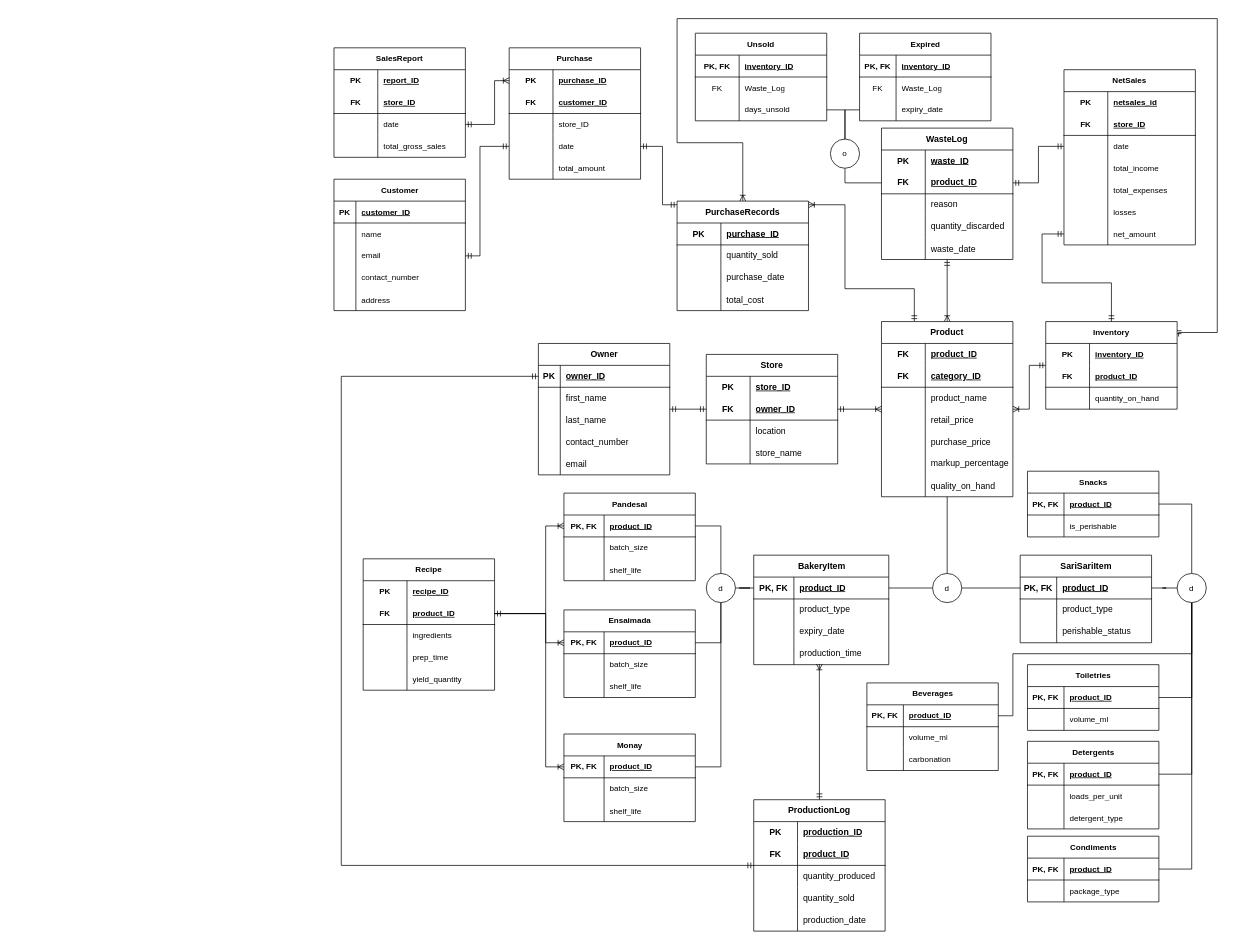
Above: Reworked ERD.drawio in ConnedMaster/ITS131P (draw.io), before the change. Source tidied: cells renumbered, new cells numbered last; positions are measured from the earlier drawing's top-left corner, leaving out a move shared by most shapes. Both pictures are drawn from the tidied source at 73%, with x=0, y=0 at pixel (334, 18).
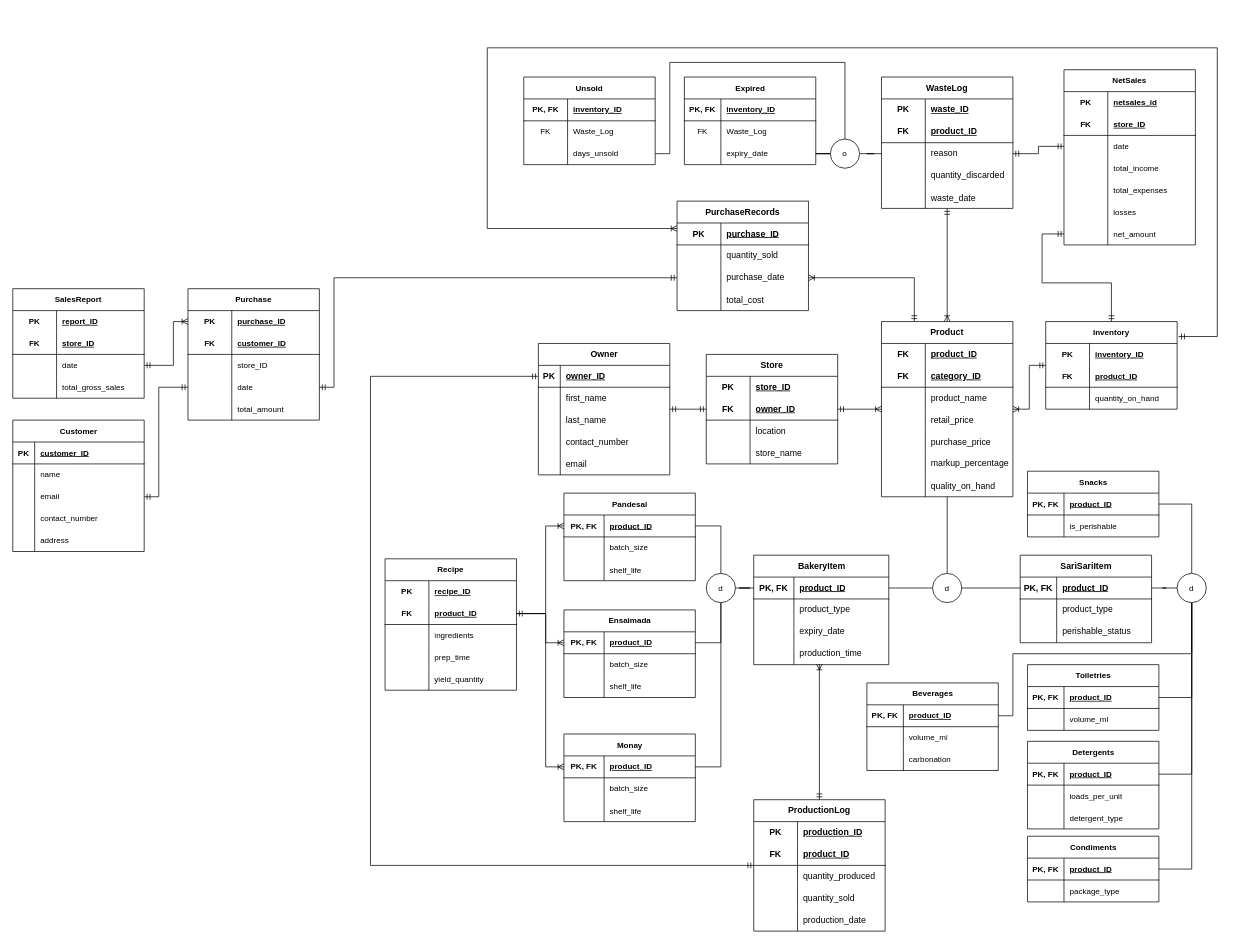
Above is the later version.

The change refers to these unchanged cells:
```xml
<mxCell id="23" value="o" style="ellipse;whiteSpace=wrap;html=1;fontFamily=Helvetica;fontSize=11;fontColor=default;labelBackgroundColor=default;" parent="1" vertex="1">
  <mxGeometry x="680" y="165" width="40" height="40" as="geometry" />
</mxCell>
<mxCell id="35" value="Product" style="shape=table;startSize=30;childLayout=tableLayout;rowLines=0;fontStyle=1;align=center;html=1;whiteSpace=wrap;" parent="1" vertex="1">
  <mxGeometry x="750" y="415" width="180" height="240" as="geometry" />
</mxCell>
<mxCell id="61" style="shape=tableRow;horizontal=0;startSize=0;swimlaneHead=0;swimlaneBody=0;fillColor=none;points=[[0,0.5],[1,0.5]];portConstraint=eastwest;top=0;left=0;right=0;bottom=1;html=1;" parent="57" vertex="1">
  <mxGeometry y="60" width="180" height="30" as="geometry" />
</mxCell>
<mxCell id="64" style="shape=tableRow;horizontal=0;startSize=0;swimlaneHead=0;swimlaneBody=0;fillColor=none;points=[[0,0.5],[1,0.5]];portConstraint=eastwest;top=0;left=0;right=0;bottom=0;html=1;" parent="57" vertex="1">
  <mxGeometry y="90" width="180" height="30" as="geometry" />
</mxCell>
<mxCell id="74" style="shape=tableRow;horizontal=0;startSize=0;swimlaneHead=0;swimlaneBody=0;fillColor=none;points=[[0,0.5],[1,0.5]];portConstraint=eastwest;top=0;left=0;right=0;bottom=1;" parent="73" vertex="1">
  <mxGeometry y="30" width="180" height="30" as="geometry" />
</mxCell>
<mxCell id="102" value="PurchaseRecords" style="shape=table;startSize=30;childLayout=tableLayout;rowLines=0;fontStyle=1;align=center;html=1;whiteSpace=wrap;" parent="1" vertex="1">
  <mxGeometry x="470" y="250" width="180" height="150" as="geometry" />
</mxCell>
<mxCell id="109" style="shape=tableRow;horizontal=0;startSize=0;swimlaneHead=0;swimlaneBody=0;fillColor=none;points=[[0,0.5],[1,0.5]];portConstraint=eastwest;top=0;left=0;right=0;bottom=0;html=1;" parent="102" vertex="1">
  <mxGeometry y="90" width="180" height="30" as="geometry" />
</mxCell>
<mxCell id="115" value="ProductionLog" style="shape=table;startSize=30;childLayout=tableLayout;rowLines=0;fontStyle=1;align=center;html=1;whiteSpace=wrap;" parent="1" vertex="1">
  <mxGeometry x="575" y="1070" width="180" height="180" as="geometry" />
</mxCell>
<mxCell id="144" value="Inventory" style="shape=table;startSize=30;childLayout=tableLayout;rowLines=0;fontStyle=1;align=center;html=1;whiteSpace=wrap;fontFamily=Helvetica;fontSize=11;fontColor=default;labelBackgroundColor=default;" parent="1" vertex="1">
  <mxGeometry x="975" y="415" width="180" height="120" as="geometry" />
</mxCell>
<mxCell id="171" style="shape=tableRow;horizontal=0;startSize=0;swimlaneHead=0;swimlaneBody=0;fillColor=none;points=[[0,0.5],[1,0.5]];portConstraint=eastwest;top=0;left=0;right=0;bottom=0;html=1;fontFamily=Helvetica;fontSize=11;fontColor=default;labelBackgroundColor=default;" parent="164" vertex="1">
  <mxGeometry y="90" width="180" height="30" as="geometry" />
</mxCell>
<mxCell id="210" style="shape=tableRow;horizontal=0;startSize=0;swimlaneHead=0;swimlaneBody=0;fillColor=none;points=[[0,0.5],[1,0.5]];portConstraint=eastwest;top=0;left=0;right=0;bottom=0;html=1;fontFamily=Helvetica;fontSize=11;fontColor=default;labelBackgroundColor=default;" parent="203" vertex="1">
  <mxGeometry y="90" width="180" height="30" as="geometry" />
</mxCell>
<mxCell id="223" style="shape=tableRow;horizontal=0;startSize=0;swimlaneHead=0;swimlaneBody=0;fillColor=none;points=[[0,0.5],[1,0.5]];portConstraint=eastwest;top=0;left=0;right=0;bottom=0;fontFamily=Helvetica;fontSize=11;fontColor=default;labelBackgroundColor=default;" parent="216" vertex="1">
  <mxGeometry y="90" width="180" height="30" as="geometry" />
</mxCell>
<mxCell id="233" style="shape=tableRow;horizontal=0;startSize=0;swimlaneHead=0;swimlaneBody=0;fillColor=none;points=[[0,0.5],[1,0.5]];portConstraint=eastwest;top=0;left=0;right=0;bottom=0;html=1;fontFamily=Helvetica;fontSize=11;fontColor=default;labelBackgroundColor=default;" parent="232" vertex="1">
  <mxGeometry y="30" width="180" height="30" as="geometry" />
</mxCell>
<mxCell id="242" style="shape=tableRow;horizontal=0;startSize=0;swimlaneHead=0;swimlaneBody=0;fillColor=none;points=[[0,0.5],[1,0.5]];portConstraint=eastwest;top=0;left=0;right=0;bottom=0;html=1;fontFamily=Helvetica;fontSize=11;fontColor=default;labelBackgroundColor=default;" parent="232" vertex="1">
  <mxGeometry y="120" width="180" height="30" as="geometry" />
</mxCell>
<mxCell id="287" style="shape=tableRow;horizontal=0;startSize=0;swimlaneHead=0;swimlaneBody=0;fillColor=none;points=[[0,0.5],[1,0.5]];portConstraint=eastwest;top=0;left=0;right=0;bottom=0;html=1;fontFamily=Helvetica;fontSize=11;fontColor=default;labelBackgroundColor=default;" parent="280" vertex="1">
  <mxGeometry y="90" width="180" height="30" as="geometry" />
</mxCell>
<mxCell id="297" style="shape=tableRow;horizontal=0;startSize=0;swimlaneHead=0;swimlaneBody=0;fillColor=none;points=[[0,0.5],[1,0.5]];portConstraint=eastwest;top=0;left=0;right=0;bottom=0;fontFamily=Helvetica;fontSize=11;fontColor=default;labelBackgroundColor=default;" parent="290" vertex="1">
  <mxGeometry y="90" width="180" height="30" as="geometry" />
</mxCell>
```

Diff of the diagram source:
```diff
@@
-    <mxCell id="18" style="edgeStyle=orthogonalEdgeStyle;shape=connector;rounded=0;jettySize=auto;html=1;strokeColor=default;align=center;verticalAlign=middle;fontFamily=Helvetica;fontSize=11;fontColor=default;labelBackgroundColor=default;startFill=0;endArrow=ERmandOne;exitX=0.5;exitY=0;exitDx=0;exitDy=0;endFill=0;startArrow=ERoneToMany;entryX=1.011;entryY=0.171;entryDx=0;entryDy=0;entryPerimeter=0;" parent="1" edge="1" source="102" target="144">
+    <mxCell id="18" style="edgeStyle=orthogonalEdgeStyle;shape=connector;rounded=0;jettySize=auto;html=1;strokeColor=default;align=center;verticalAlign=middle;fontFamily=Helvetica;fontSize=11;fontColor=default;labelBackgroundColor=default;startFill=0;endArrow=ERmandOne;exitX=0;exitY=0.25;exitDx=0;exitDy=0;endFill=0;startArrow=ERoneToMany;entryX=1.011;entryY=0.171;entryDx=0;entryDy=0;entryPerimeter=0;" parent="1" edge="1" source="102" target="144">
       <mxGeometry relative="1" as="geometry">
         <Array as="points">
-          <mxPoint x="560" y="170" />
-          <mxPoint x="470" y="170" />
-          <mxPoint x="470" />
-          <mxPoint x="1210" />
-          <mxPoint x="1210" y="430" />
+          <mxPoint x="210" y="287" />
+          <mxPoint x="210" y="40" />
+          <mxPoint x="1210" y="40" />
+          <mxPoint x="1210" y="436" />
         </Array>
       </mxGeometry>
     </mxCell>
     <mxCell id="19" style="edgeStyle=orthogonalEdgeStyle;shape=connector;rounded=0;jettySize=auto;html=1;entryX=1;entryY=0.5;entryDx=0;entryDy=0;strokeColor=default;align=center;verticalAlign=middle;fontFamily=Helvetica;fontSize=11;fontColor=default;labelBackgroundColor=default;endArrow=ERmandOne;endFill=0;startArrow=ERoneToMany;startFill=0;exitX=0;exitY=0.5;exitDx=0;exitDy=0;" parent="1" edge="1" source="233" target="210">
       <mxGeometry relative="1" as="geometry">
         <Array as="points">
-          <mxPoint x="220" y="85" />
-          <mxPoint x="220" y="145" />
+          <mxPoint x="-220" y="415" />
+          <mxPoint x="-220" y="475" />
         </Array>
       </mxGeometry>
     </mxCell>
-    <mxCell id="20" style="edgeStyle=orthogonalEdgeStyle;shape=connector;rounded=0;jettySize=auto;html=1;entryX=0;entryY=0.5;entryDx=0;entryDy=0;strokeColor=default;align=center;verticalAlign=middle;fontFamily=Helvetica;fontSize=11;fontColor=default;labelBackgroundColor=default;endArrow=none;endFill=0;exitX=0.5;exitY=1;exitDx=0;exitDy=0;" parent="1" edge="1" source="23" target="61">
-      <mxGeometry relative="1" as="geometry" />
-    </mxCell>
-    <mxCell id="21" style="edgeStyle=orthogonalEdgeStyle;shape=connector;rounded=0;jettySize=auto;html=1;entryX=1;entryY=0.5;entryDx=0;entryDy=0;strokeColor=default;align=center;verticalAlign=middle;fontFamily=Helvetica;fontSize=11;fontColor=default;labelBackgroundColor=default;endArrow=none;endFill=0;" parent="1" edge="1" source="23" target="287">
-      <mxGeometry relative="1" as="geometry" />
+    <mxCell id="21" style="edgeStyle=orthogonalEdgeStyle;rounded=0;jettySize=auto;html=1;entryX=1;entryY=0.5;entryDx=0;entryDy=0;endArrow=none;endFill=0;" parent="1" edge="1" source="23" target="287">
+      <mxGeometry relative="1" as="geometry">
+        <Array as="points">
+          <mxPoint x="700" y="60" />
+          <mxPoint x="460" y="60" />
+          <mxPoint x="460" y="185" />
+        </Array>
+      </mxGeometry>
     </mxCell>
-    <mxCell id="22" style="edgeStyle=orthogonalEdgeStyle;shape=connector;rounded=0;jettySize=auto;html=1;entryX=0;entryY=0.5;entryDx=0;entryDy=0;strokeColor=default;align=center;verticalAlign=middle;fontFamily=Helvetica;fontSize=11;fontColor=default;labelBackgroundColor=default;endArrow=none;endFill=0;" parent="1" edge="1" source="23" target="297">
+    <mxCell id="22" style="edgeStyle=orthogonalEdgeStyle;shape=connector;rounded=0;jettySize=auto;html=1;entryX=1;entryY=0.5;entryDx=0;entryDy=0;strokeColor=default;align=center;verticalAlign=middle;fontFamily=Helvetica;fontSize=11;fontColor=default;labelBackgroundColor=default;endArrow=none;endFill=0;" parent="1" edge="1" source="23" target="297">
       <mxGeometry relative="1" as="geometry" />
     </mxCell>
+    <mxCell id="341" style="edgeStyle=orthogonalEdgeStyle;shape=connector;rounded=0;jettySize=auto;html=1;entryX=0;entryY=0.5;entryDx=0;entryDy=0;strokeColor=default;align=center;verticalAlign=middle;fontFamily=Helvetica;fontSize=11;fontColor=default;labelBackgroundColor=default;endArrow=none;endFill=0;" parent="1" edge="1" source="23" target="64">
+      <mxGeometry relative="1" as="geometry" />
+    </mxCell>
@@
-    <mxCell id="24" style="edgeStyle=orthogonalEdgeStyle;shape=connector;rounded=0;jettySize=auto;html=1;entryX=0.25;entryY=0;entryDx=0;entryDy=0;strokeColor=default;align=center;verticalAlign=middle;fontFamily=Helvetica;fontSize=11;fontColor=default;labelBackgroundColor=default;startFill=0;endArrow=ERmandOne;startArrow=ERoneToMany;endFill=0;exitX=1;exitY=0.5;exitDx=0;exitDy=0;" parent="1" edge="1" target="35">
+    <mxCell id="24" style="edgeStyle=orthogonalEdgeStyle;shape=connector;rounded=0;jettySize=auto;html=1;entryX=0.25;entryY=0;entryDx=0;entryDy=0;strokeColor=default;align=center;verticalAlign=middle;fontFamily=Helvetica;fontSize=11;fontColor=default;labelBackgroundColor=default;startFill=0;endArrow=ERmandOne;startArrow=ERoneToMany;endFill=0;exitX=1;exitY=0.5;exitDx=0;exitDy=0;" parent="1" edge="1" source="109" target="35">
       <mxGeometry relative="1" as="geometry">
-        <mxPoint x="650" y="255" as="sourcePoint" />
         <Array as="points">
-          <mxPoint x="700" y="255" />
-          <mxPoint x="700" y="370" />
-          <mxPoint x="795" y="370" />
+          <mxPoint x="795" y="355" />
         </Array>
       </mxGeometry>
     </mxCell>
@@
     <mxCell id="57" value="WasteLog" style="shape=table;startSize=30;childLayout=tableLayout;rowLines=0;fontStyle=1;align=center;html=1;whiteSpace=wrap;" parent="1" vertex="1">
-      <mxGeometry x="750" y="150" width="180" height="180" as="geometry" />
+      <mxGeometry x="750" y="80" width="180" height="180" as="geometry" />
     </mxCell>
@@
     <mxCell id="154" style="edgeStyle=orthogonalEdgeStyle;fontSize=12;html=1;endArrow=ERmandOne;startArrow=ERmandOne;rounded=0;strokeColor=default;align=center;verticalAlign=middle;fontFamily=Helvetica;fontColor=default;labelBackgroundColor=default;entryX=0;entryY=0.5;entryDx=0;entryDy=0;exitX=1;exitY=0.5;exitDx=0;exitDy=0;" parent="1" edge="1" source="223" target="242">
       <mxGeometry relative="1" as="geometry">
         <Array as="points">
-          <mxPoint x="200" y="325" />
-          <mxPoint x="200" y="175" />
+          <mxPoint x="-240" y="655" />
+          <mxPoint x="-240" y="505" />
         </Array>
       </mxGeometry>
     </mxCell>
-    <mxCell id="155" style="fontSize=12;html=1;endArrow=ERmandOne;startArrow=ERmandOne;rounded=0;strokeColor=default;align=center;verticalAlign=middle;fontFamily=Helvetica;fontColor=default;labelBackgroundColor=default;entryX=1;entryY=0.5;entryDx=0;entryDy=0;exitX=0;exitY=0.5;exitDx=0;exitDy=0;edgeStyle=orthogonalEdgeStyle;" parent="1" edge="1" target="242">
+    <mxCell id="155" style="fontSize=12;html=1;endArrow=ERmandOne;startArrow=ERmandOne;rounded=0;strokeColor=default;align=center;verticalAlign=middle;fontFamily=Helvetica;fontColor=default;labelBackgroundColor=default;entryX=1;entryY=0.5;entryDx=0;entryDy=0;exitX=0;exitY=0.5;exitDx=0;exitDy=0;edgeStyle=orthogonalEdgeStyle;" parent="1" edge="1" source="109" target="242">
       <mxGeometry relative="1" as="geometry">
-        <mxPoint x="470" y="255" as="sourcePoint" />
         <Array as="points">
-          <mxPoint x="450" y="255" />
-          <mxPoint x="450" y="175" />
+          <mxPoint y="355" />
+          <mxPoint y="505" />
         </Array>
       </mxGeometry>
     </mxCell>
@@
-    <mxCell id="157" style="edgeStyle=orthogonalEdgeStyle;fontSize=12;html=1;endArrow=ERmandOne;startArrow=ERmandOne;rounded=0;strokeColor=default;align=center;verticalAlign=middle;fontFamily=Helvetica;fontColor=default;labelBackgroundColor=default;entryX=0;entryY=0.5;entryDx=0;entryDy=0;exitX=1;exitY=0.5;exitDx=0;exitDy=0;" parent="1" edge="1" source="61" target="171">
+    <mxCell id="157" style="edgeStyle=orthogonalEdgeStyle;fontSize=12;html=1;endArrow=ERmandOne;startArrow=ERmandOne;rounded=0;strokeColor=default;align=center;verticalAlign=middle;fontFamily=Helvetica;fontColor=default;labelBackgroundColor=default;entryX=0;entryY=0.5;entryDx=0;entryDy=0;exitX=1;exitY=0.5;exitDx=0;exitDy=0;" parent="1" edge="1" source="64" target="171">
       <mxGeometry relative="1" as="geometry" />
     </mxCell>
@@
     <mxCell id="162" style="edgeStyle=orthogonalEdgeStyle;fontSize=12;html=1;endArrow=ERmandOne;startArrow=ERmandOne;rounded=0;strokeColor=default;align=center;verticalAlign=middle;fontFamily=Helvetica;fontColor=default;labelBackgroundColor=default;exitX=0;exitY=0.5;exitDx=0;exitDy=0;entryX=0;entryY=0.5;entryDx=0;entryDy=0;" parent="1" edge="1" source="115" target="74">
       <mxGeometry relative="1" as="geometry">
         <Array as="points">
-          <mxPoint x="10" y="1160" />
-          <mxPoint x="10" y="490" />
+          <mxPoint x="50" y="1160" />
+          <mxPoint x="50" y="490" />
         </Array>
       </mxGeometry>
     </mxCell>
@@
     <mxCell id="186" value="Recipe" style="shape=table;startSize=30;childLayout=tableLayout;rowLines=0;fontStyle=1;align=center;html=1;whiteSpace=wrap;fontFamily=Helvetica;fontSize=11;fontColor=default;labelBackgroundColor=default;" parent="1" vertex="1">
-      <mxGeometry x="40" y="740" width="180" height="180" as="geometry" />
+      <mxGeometry x="70" y="740" width="180" height="180" as="geometry" />
     </mxCell>
@@
     <mxCell id="203" value="SalesReport" style="shape=table;startSize=30;childLayout=tableLayout;rowLines=0;fontStyle=1;align=center;html=1;whiteSpace=wrap;fontFamily=Helvetica;fontSize=11;fontColor=default;labelBackgroundColor=default;" parent="1" vertex="1">
-      <mxGeometry y="40" width="180" height="150" as="geometry" />
+      <mxGeometry x="-440" y="370" width="180" height="150" as="geometry" />
     </mxCell>
@@
     <mxCell id="216" value="Customer" style="shape=table;startSize=30;childLayout=tableLayout;rowLines=0;fontStyle=1;align=center;html=1;fontFamily=Helvetica;fontSize=11;fontColor=default;labelBackgroundColor=default;" parent="1" vertex="1">
-      <mxGeometry y="220" width="180" height="180" as="geometry" />
+      <mxGeometry x="-440" y="550" width="180" height="180" as="geometry" />
     </mxCell>
@@
     <mxCell id="232" value="Purchase" style="shape=table;startSize=30;childLayout=tableLayout;rowLines=0;fontStyle=1;align=center;html=1;whiteSpace=wrap;fontFamily=Helvetica;fontSize=11;fontColor=default;labelBackgroundColor=default;" parent="1" vertex="1">
-      <mxGeometry x="240" y="40" width="180" height="180" as="geometry" />
+      <mxGeometry x="-200" y="370" width="180" height="180" as="geometry" />
     </mxCell>
@@
     <mxCell id="280" value="Unsold" style="shape=table;startSize=30;childLayout=tableLayout;rowLines=0;fontStyle=1;align=center;html=1;whiteSpace=wrap;fontFamily=Helvetica;fontSize=11;fontColor=default;labelBackgroundColor=default;" parent="1" vertex="1">
-      <mxGeometry x="495" y="20" width="180" height="120" as="geometry" />
+      <mxGeometry x="260" y="80" width="180" height="120" as="geometry" />
     </mxCell>
@@
     <mxCell id="290" value="Expired" style="shape=table;startSize=30;childLayout=tableLayout;rowLines=0;fontStyle=1;align=center;html=1;fontFamily=Helvetica;fontSize=11;fontColor=default;labelBackgroundColor=default;" parent="1" vertex="1">
-      <mxGeometry x="720" y="20" width="180" height="120" as="geometry" />
+      <mxGeometry x="480" y="80" width="180" height="120" as="geometry" />
     </mxCell>
```
